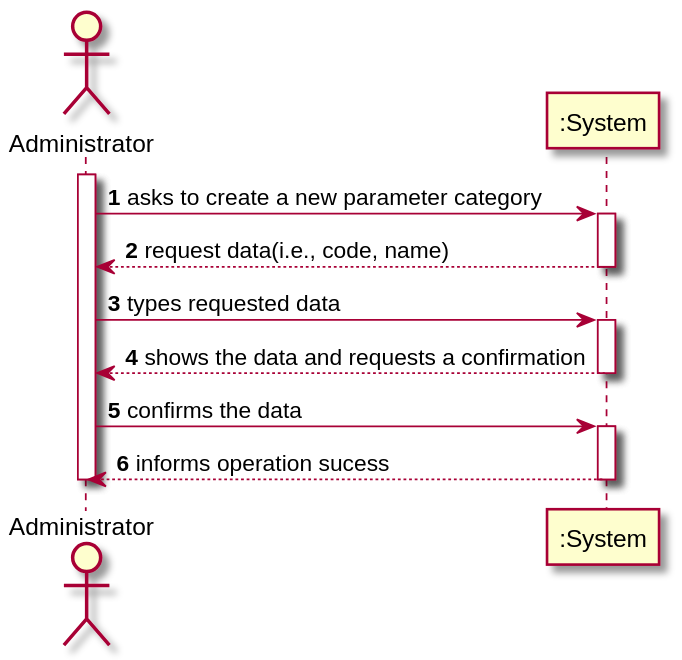
Earlier version of the PlantUML export docs/SprintB/US_11/US011_SSD.svg (ana-albergaria/LAPR2-ISEP).
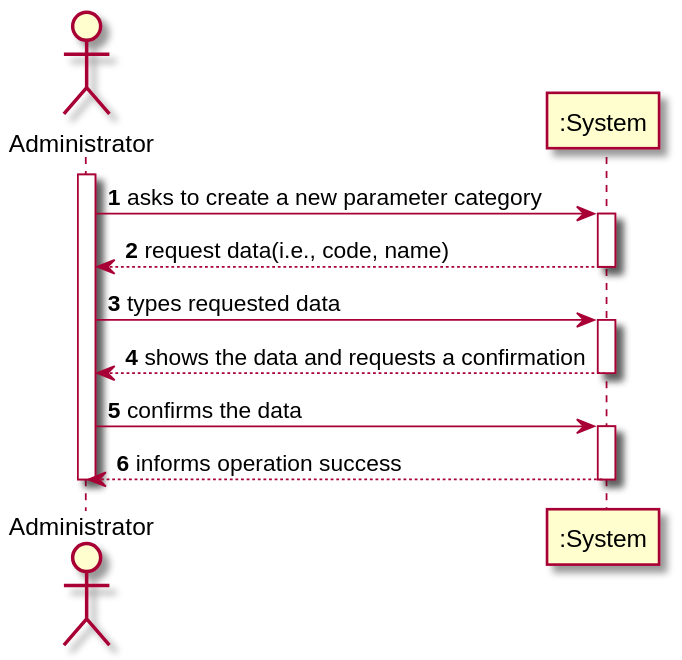
The same file after the commit.

The edit, as a diff of the source:
```diff
@@ -15,7 +15,7 @@
 
 Adm-> ":System" : confirms the data
 activate ":System"
-":System" --> Adm : informs operation sucess
+":System" --> Adm : informs operation success
 deactivate ":System"
 
 deactivate Adm
```
